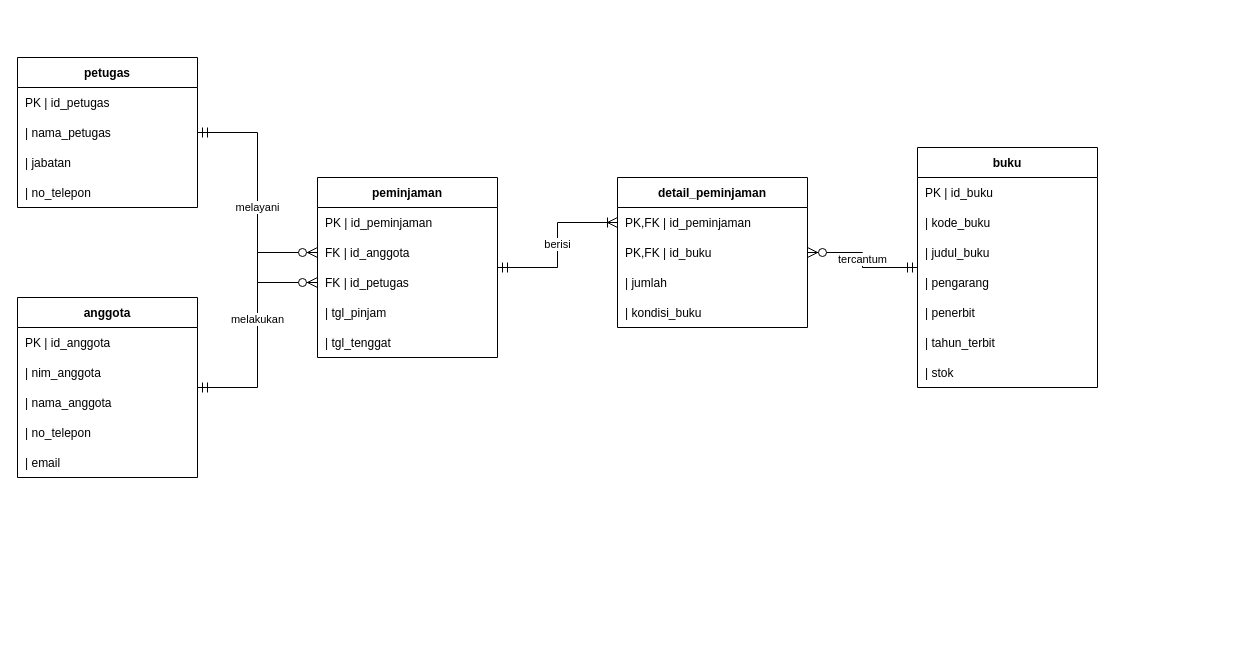
The draw.io diagram p03_erd_25430113.drawio in gustyantamatiyadie837-tech/basisdata-25430113, before the edit. Source tidied: cells renumbered, new cells numbered last; positions are measured from the earlier drawing's top-left corner, leaving out a move shared by most shapes. Both pictures are drawn from the tidied source at 100%, with x=0, y=0 at pixel (17, 57).
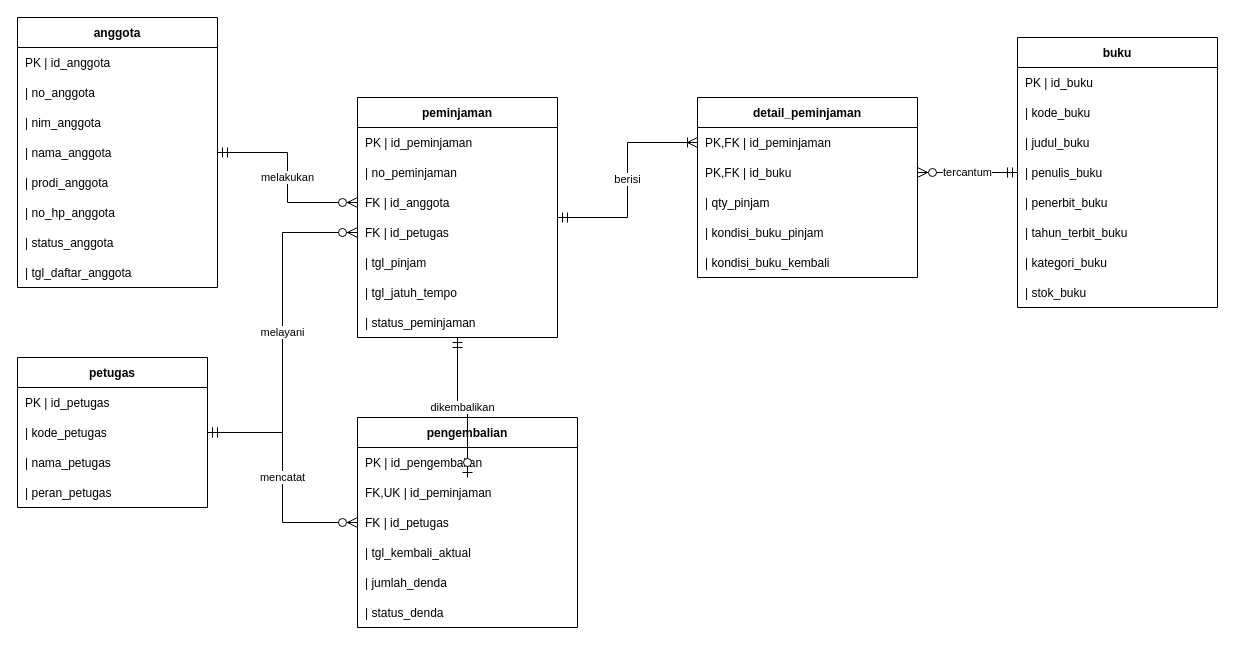
The same diagram, later.

Commit message (it also covers changes not shown here):
Perbaiki modul 2-4: skema perpustakaan dan ERD

Diff of the diagram source:
```diff
@@
     <mxCell id="2" value="petugas" style="shape=table;startSize=30;childLayout=tableLayout;rowLines=1;fontStyle=1;align=center;" parent="1" vertex="1">
-      <mxGeometry width="180" height="150" as="geometry" />
+      <mxGeometry y="300" width="190" height="150" as="geometry" />
     </mxCell>
     <mxCell id="3" value="PK | id_petugas" style="shape=partialRectangle;fillColor=none;strokeColor=inherit;top=0;left=0;bottom=0;right=0;align=left;spacingLeft=6;" parent="2" vertex="1">
-      <mxGeometry y="30" width="180" height="30" as="geometry" />
+      <mxGeometry y="30" width="190" height="30" as="geometry" />
     </mxCell>
-    <mxCell id="4" value="     | nama_petugas" style="shape=partialRectangle;fillColor=none;strokeColor=inherit;top=0;left=0;bottom=0;right=0;align=left;spacingLeft=6;" parent="2" vertex="1">
-      <mxGeometry y="60" width="180" height="30" as="geometry" />
+    <mxCell id="4" value="     | kode_petugas" style="shape=partialRectangle;fillColor=none;strokeColor=inherit;top=0;left=0;bottom=0;right=0;align=left;spacingLeft=6;" parent="2" vertex="1">
+      <mxGeometry y="60" width="190" height="30" as="geometry" />
     </mxCell>
-    <mxCell id="5" value="     | jabatan" style="shape=partialRectangle;fillColor=none;strokeColor=inherit;top=0;left=0;bottom=0;right=0;align=left;spacingLeft=6;" parent="2" vertex="1">
-      <mxGeometry y="90" width="180" height="30" as="geometry" />
+    <mxCell id="5" value="     | nama_petugas" style="shape=partialRectangle;fillColor=none;strokeColor=inherit;top=0;left=0;bottom=0;right=0;align=left;spacingLeft=6;" parent="2" vertex="1">
+      <mxGeometry y="90" width="190" height="30" as="geometry" />
     </mxCell>
-    <mxCell id="6" value="     | no_telepon" style="shape=partialRectangle;fillColor=none;strokeColor=inherit;top=0;left=0;bottom=0;right=0;align=left;spacingLeft=6;" parent="2" vertex="1">
-      <mxGeometry y="120" width="180" height="30" as="geometry" />
+    <mxCell id="6" value="     | peran_petugas" style="shape=partialRectangle;fillColor=none;strokeColor=inherit;top=0;left=0;bottom=0;right=0;align=left;spacingLeft=6;" parent="2" vertex="1">
+      <mxGeometry y="120" width="190" height="30" as="geometry" />
     </mxCell>
     <mxCell id="7" value="anggota" style="shape=table;startSize=30;childLayout=tableLayout;rowLines=1;fontStyle=1;align=center;" parent="1" vertex="1">
-      <mxGeometry y="240" width="180" height="180" as="geometry" />
+      <mxGeometry y="-40" width="200" height="270" as="geometry" />
     </mxCell>
     <mxCell id="8" value="PK | id_anggota" style="shape=partialRectangle;fillColor=none;strokeColor=inherit;top=0;left=0;bottom=0;right=0;align=left;spacingLeft=6;" parent="7" vertex="1">
-      <mxGeometry y="30" width="180" height="30" as="geometry" />
+      <mxGeometry y="30" width="200" height="30" as="geometry" />
     </mxCell>
-    <mxCell id="9" value="     | nim_anggota" style="shape=partialRectangle;fillColor=none;strokeColor=inherit;top=0;left=0;bottom=0;right=0;align=left;spacingLeft=6;" parent="7" vertex="1">
-      <mxGeometry y="60" width="180" height="30" as="geometry" />
+    <mxCell id="9" value="     | no_anggota" style="shape=partialRectangle;fillColor=none;strokeColor=inherit;top=0;left=0;bottom=0;right=0;align=left;spacingLeft=6;" parent="7" vertex="1">
+      <mxGeometry y="60" width="200" height="30" as="geometry" />
     </mxCell>
-    <mxCell id="10" value="     | nama_anggota" style="shape=partialRectangle;fillColor=none;strokeColor=inherit;top=0;left=0;bottom=0;right=0;align=left;spacingLeft=6;" parent="7" vertex="1">
-      <mxGeometry y="90" width="180" height="30" as="geometry" />
+    <mxCell id="10" value="     | nim_anggota" style="shape=partialRectangle;fillColor=none;strokeColor=inherit;top=0;left=0;bottom=0;right=0;align=left;spacingLeft=6;" parent="7" vertex="1">
+      <mxGeometry y="90" width="200" height="30" as="geometry" />
     </mxCell>
-    <mxCell id="11" value="     | no_telepon" style="shape=partialRectangle;fillColor=none;strokeColor=inherit;top=0;left=0;bottom=0;right=0;align=left;spacingLeft=6;" parent="7" vertex="1">
-      <mxGeometry y="120" width="180" height="30" as="geometry" />
+    <mxCell id="11" value="     | nama_anggota" style="shape=partialRectangle;fillColor=none;strokeColor=inherit;top=0;left=0;bottom=0;right=0;align=left;spacingLeft=6;" parent="7" vertex="1">
+      <mxGeometry y="120" width="200" height="30" as="geometry" />
     </mxCell>
-    <mxCell id="12" value="     | email" style="shape=partialRectangle;fillColor=none;strokeColor=inherit;top=0;left=0;bottom=0;right=0;align=left;spacingLeft=6;" parent="7" vertex="1">
-      <mxGeometry y="150" width="180" height="30" as="geometry" />
+    <mxCell id="12" value="     | prodi_anggota" style="shape=partialRectangle;fillColor=none;strokeColor=inherit;top=0;left=0;bottom=0;right=0;align=left;spacingLeft=6;" parent="7" vertex="1">
+      <mxGeometry y="150" width="200" height="30" as="geometry" />
     </mxCell>
+    <mxCell id="36" value="     | no_hp_anggota" style="shape=partialRectangle;fillColor=none;strokeColor=inherit;top=0;left=0;bottom=0;right=0;align=left;spacingLeft=6;" parent="7" vertex="1">
+      <mxGeometry y="180" width="200" height="30" as="geometry" />
+    </mxCell>
+    <mxCell id="37" value="     | status_anggota" style="shape=partialRectangle;fillColor=none;strokeColor=inherit;top=0;left=0;bottom=0;right=0;align=left;spacingLeft=6;" parent="7" vertex="1">
+      <mxGeometry y="210" width="200" height="30" as="geometry" />
+    </mxCell>
+    <mxCell id="38" value="     | tgl_daftar_anggota" style="shape=partialRectangle;fillColor=none;strokeColor=inherit;top=0;left=0;bottom=0;right=0;align=left;spacingLeft=6;" parent="7" vertex="1">
+      <mxGeometry y="240" width="200" height="30" as="geometry" />
+    </mxCell>
     <mxCell id="13" value="peminjaman" style="shape=table;startSize=30;childLayout=tableLayout;rowLines=1;fontStyle=1;align=center;" parent="1" vertex="1">
-      <mxGeometry x="300" y="120" width="180" height="180" as="geometry" />
+      <mxGeometry x="340" y="40" width="200" height="240" as="geometry" />
     </mxCell>
     <mxCell id="14" value="PK | id_peminjaman" style="shape=partialRectangle;fillColor=none;strokeColor=inherit;top=0;left=0;bottom=0;right=0;align=left;spacingLeft=6;" parent="13" vertex="1">
-      <mxGeometry y="30" width="180" height="30" as="geometry" />
+      <mxGeometry y="30" width="200" height="30" as="geometry" />
     </mxCell>
-    <mxCell id="15" value="FK | id_anggota" style="shape=partialRectangle;fillColor=none;points=[];strokeColor=inherit;top=0;left=0;bottom=0;right=0;align=left;spacingLeft=6;" parent="13" vertex="1">
-      <mxGeometry y="60" width="180" height="30" as="geometry" />
+    <mxCell id="15" value="     | no_peminjaman" style="shape=partialRectangle;fillColor=none;points=[];strokeColor=inherit;top=0;left=0;bottom=0;right=0;align=left;spacingLeft=6;" parent="13" vertex="1">
+      <mxGeometry y="60" width="200" height="30" as="geometry" />
     </mxCell>
-    <mxCell id="16" value="FK | id_petugas" style="shape=partialRectangle;fillColor=none;points=[];strokeColor=inherit;top=0;left=0;bottom=0;right=0;align=left;spacingLeft=6;" parent="13" vertex="1">
-      <mxGeometry y="90" width="180" height="30" as="geometry" />
+    <mxCell id="16" value="FK | id_anggota" style="shape=partialRectangle;fillColor=none;points=[];strokeColor=inherit;top=0;left=0;bottom=0;right=0;align=left;spacingLeft=6;" parent="13" vertex="1">
+      <mxGeometry y="90" width="200" height="30" as="geometry" />
     </mxCell>
-    <mxCell id="17" value="     | tgl_pinjam" style="shape=partialRectangle;fillColor=none;points=[];strokeColor=inherit;top=0;left=0;bottom=0;right=0;align=left;spacingLeft=6;" parent="13" vertex="1">
-      <mxGeometry y="120" width="180" height="30" as="geometry" />
+    <mxCell id="17" value="FK | id_petugas" style="shape=partialRectangle;fillColor=none;points=[];strokeColor=inherit;top=0;left=0;bottom=0;right=0;align=left;spacingLeft=6;" parent="13" vertex="1">
+      <mxGeometry y="120" width="200" height="30" as="geometry" />
     </mxCell>
-    <mxCell id="18" value="     | tgl_tenggat" style="shape=partialRectangle;fillColor=none;strokeColor=inherit;top=0;left=0;bottom=0;right=0;align=left;spacingLeft=6;" parent="13" vertex="1">
-      <mxGeometry y="150" width="180" height="30" as="geometry" />
+    <mxCell id="18" value="     | tgl_pinjam" style="shape=partialRectangle;fillColor=none;strokeColor=inherit;top=0;left=0;bottom=0;right=0;align=left;spacingLeft=6;" parent="13" vertex="1">
+      <mxGeometry y="150" width="200" height="30" as="geometry" />
     </mxCell>
+    <mxCell id="39" value="     | tgl_jatuh_tempo" style="shape=partialRectangle;fillColor=none;strokeColor=inherit;top=0;left=0;bottom=0;right=0;align=left;spacingLeft=6;" parent="13" vertex="1">
+      <mxGeometry y="180" width="200" height="30" as="geometry" />
+    </mxCell>
+    <mxCell id="40" value="     | status_peminjaman" style="shape=partialRectangle;fillColor=none;strokeColor=inherit;top=0;left=0;bottom=0;right=0;align=left;spacingLeft=6;" parent="13" vertex="1">
+      <mxGeometry y="210" width="200" height="30" as="geometry" />
+    </mxCell>
     <mxCell id="19" value="detail_peminjaman" style="shape=table;startSize=30;childLayout=tableLayout;rowLines=1;fontStyle=1;align=center;" parent="1" vertex="1">
-      <mxGeometry x="600" y="120" width="190" height="150" as="geometry" />
+      <mxGeometry x="680" y="40" width="220" height="180" as="geometry" />
     </mxCell>
     <mxCell id="20" value="PK,FK | id_peminjaman" style="shape=partialRectangle;fillColor=none;points=[];strokeColor=inherit;top=0;left=0;bottom=0;right=0;align=left;spacingLeft=6;" parent="19" vertex="1">
-      <mxGeometry y="30" width="190" height="30" as="geometry" />
+      <mxGeometry y="30" width="220" height="30" as="geometry" />
     </mxCell>
     <mxCell id="21" value="PK,FK | id_buku" style="shape=partialRectangle;fillColor=none;points=[];strokeColor=inherit;top=0;left=0;bottom=0;right=0;align=left;spacingLeft=6;" parent="19" vertex="1">
-      <mxGeometry y="60" width="190" height="30" as="geometry" />
+      <mxGeometry y="60" width="220" height="30" as="geometry" />
     </mxCell>
-    <mxCell id="22" value="         | jumlah" style="shape=partialRectangle;fillColor=none;strokeColor=inherit;top=0;left=0;bottom=0;right=0;align=left;spacingLeft=6;" parent="19" vertex="1">
-      <mxGeometry y="90" width="190" height="30" as="geometry" />
+    <mxCell id="22" value="     | qty_pinjam" style="shape=partialRectangle;fillColor=none;strokeColor=inherit;top=0;left=0;bottom=0;right=0;align=left;spacingLeft=6;" parent="19" vertex="1">
+      <mxGeometry y="90" width="220" height="30" as="geometry" />
     </mxCell>
-    <mxCell id="23" value="         | kondisi_buku" style="shape=partialRectangle;fillColor=none;strokeColor=inherit;top=0;left=0;bottom=0;right=0;align=left;spacingLeft=6;" parent="19" vertex="1">
-      <mxGeometry y="120" width="190" height="30" as="geometry" />
+    <mxCell id="23" value="     | kondisi_buku_pinjam" style="shape=partialRectangle;fillColor=none;strokeColor=inherit;top=0;left=0;bottom=0;right=0;align=left;spacingLeft=6;" parent="19" vertex="1">
+      <mxGeometry y="120" width="220" height="30" as="geometry" />
     </mxCell>
+    <mxCell id="41" value="     | kondisi_buku_kembali" style="shape=partialRectangle;fillColor=none;strokeColor=inherit;top=0;left=0;bottom=0;right=0;align=left;spacingLeft=6;" parent="19" vertex="1">
+      <mxGeometry y="150" width="220" height="30" as="geometry" />
+    </mxCell>
     <mxCell id="24" value="buku" style="shape=table;startSize=30;childLayout=tableLayout;rowLines=1;fontStyle=1;align=center;" parent="1" vertex="1">
-      <mxGeometry x="900" y="90" width="180" height="240" as="geometry" />
+      <mxGeometry x="1000" y="-20" width="200" height="270" as="geometry" />
     </mxCell>
     <mxCell id="25" value="PK | id_buku" style="shape=partialRectangle;fillColor=none;strokeColor=inherit;top=0;left=0;bottom=0;right=0;align=left;spacingLeft=6;" parent="24" vertex="1">
-      <mxGeometry y="30" width="180" height="30" as="geometry" />
+      <mxGeometry y="30" width="200" height="30" as="geometry" />
     </mxCell>
     <mxCell id="26" value="     | kode_buku" style="shape=partialRectangle;fillColor=none;strokeColor=inherit;top=0;left=0;bottom=0;right=0;align=left;spacingLeft=6;" parent="24" vertex="1">
-      <mxGeometry y="60" width="180" height="30" as="geometry" />
+      <mxGeometry y="60" width="200" height="30" as="geometry" />
     </mxCell>
     <mxCell id="27" value="     | judul_buku" style="shape=partialRectangle;fillColor=none;strokeColor=inherit;top=0;left=0;bottom=0;right=0;align=left;spacingLeft=6;" parent="24" vertex="1">
-      <mxGeometry y="90" width="180" height="30" as="geometry" />
+      <mxGeometry y="90" width="200" height="30" as="geometry" />
     </mxCell>
-    <mxCell id="28" value="     | pengarang" style="shape=partialRectangle;fillColor=none;strokeColor=inherit;top=0;left=0;bottom=0;right=0;align=left;spacingLeft=6;" parent="24" vertex="1">
-      <mxGeometry y="120" width="180" height="30" as="geometry" />
+    <mxCell id="28" value="     | penulis_buku" style="shape=partialRectangle;fillColor=none;strokeColor=inherit;top=0;left=0;bottom=0;right=0;align=left;spacingLeft=6;" parent="24" vertex="1">
+      <mxGeometry y="120" width="200" height="30" as="geometry" />
     </mxCell>
-    <mxCell id="29" value="     | penerbit" style="shape=partialRectangle;fillColor=none;strokeColor=inherit;top=0;left=0;bottom=0;right=0;align=left;spacingLeft=6;" parent="24" vertex="1">
-      <mxGeometry y="150" width="180" height="30" as="geometry" />
+    <mxCell id="29" value="     | penerbit_buku" style="shape=partialRectangle;fillColor=none;strokeColor=inherit;top=0;left=0;bottom=0;right=0;align=left;spacingLeft=6;" parent="24" vertex="1">
+      <mxGeometry y="150" width="200" height="30" as="geometry" />
     </mxCell>
-    <mxCell id="30" value="     | tahun_terbit" style="shape=partialRectangle;fillColor=none;strokeColor=inherit;top=0;left=0;bottom=0;right=0;align=left;spacingLeft=6;" parent="24" vertex="1">
-      <mxGeometry y="180" width="180" height="30" as="geometry" />
+    <mxCell id="30" value="     | tahun_terbit_buku" style="shape=partialRectangle;fillColor=none;strokeColor=inherit;top=0;left=0;bottom=0;right=0;align=left;spacingLeft=6;" parent="24" vertex="1">
+      <mxGeometry y="180" width="200" height="30" as="geometry" />
     </mxCell>
-    <mxCell id="31" value="     | stok" style="shape=partialRectangle;fillColor=none;strokeColor=inherit;top=0;left=0;bottom=0;right=0;align=left;spacingLeft=6;" parent="24" vertex="1">
-      <mxGeometry y="210" width="180" height="30" as="geometry" />
+    <mxCell id="31" value="     | kategori_buku" style="shape=partialRectangle;fillColor=none;strokeColor=inherit;top=0;left=0;bottom=0;right=0;align=left;spacingLeft=6;" parent="24" vertex="1">
+      <mxGeometry y="210" width="200" height="30" as="geometry" />
     </mxCell>
+    <mxCell id="42" value="     | stok_buku" style="shape=partialRectangle;fillColor=none;strokeColor=inherit;top=0;left=0;bottom=0;right=0;align=left;spacingLeft=6;" parent="24" vertex="1">
+      <mxGeometry y="240" width="200" height="30" as="geometry" />
+    </mxCell>
+    <mxCell id="43" value="pengembalian" style="shape=table;startSize=30;childLayout=tableLayout;rowLines=1;fontStyle=1;align=center;" parent="1" vertex="1">
+      <mxGeometry x="340" y="360" width="220" height="210" as="geometry" />
+    </mxCell>
+    <mxCell id="44" value="PK | id_pengembalian" style="shape=partialRectangle;fillColor=none;strokeColor=inherit;top=0;left=0;bottom=0;right=0;align=left;spacingLeft=6;" parent="43" vertex="1">
+      <mxGeometry y="30" width="220" height="30" as="geometry" />
+    </mxCell>
+    <mxCell id="45" value="FK,UK | id_peminjaman" style="shape=partialRectangle;fillColor=none;points=[];strokeColor=inherit;top=0;left=0;bottom=0;right=0;align=left;spacingLeft=6;" parent="43" vertex="1">
+      <mxGeometry y="60" width="220" height="30" as="geometry" />
+    </mxCell>
+    <mxCell id="46" value="FK | id_petugas" style="shape=partialRectangle;fillColor=none;points=[];strokeColor=inherit;top=0;left=0;bottom=0;right=0;align=left;spacingLeft=6;" parent="43" vertex="1">
+      <mxGeometry y="90" width="220" height="30" as="geometry" />
+    </mxCell>
+    <mxCell id="47" value="     | tgl_kembali_aktual" style="shape=partialRectangle;fillColor=none;strokeColor=inherit;top=0;left=0;bottom=0;right=0;align=left;spacingLeft=6;" parent="43" vertex="1">
+      <mxGeometry y="120" width="220" height="30" as="geometry" />
+    </mxCell>
+    <mxCell id="48" value="     | jumlah_denda" style="shape=partialRectangle;fillColor=none;strokeColor=inherit;top=0;left=0;bottom=0;right=0;align=left;spacingLeft=6;" parent="43" vertex="1">
+      <mxGeometry y="150" width="220" height="30" as="geometry" />
+    </mxCell>
+    <mxCell id="49" value="     | status_denda" style="shape=partialRectangle;fillColor=none;strokeColor=inherit;top=0;left=0;bottom=0;right=0;align=left;spacingLeft=6;" parent="43" vertex="1">
+      <mxGeometry y="180" width="220" height="30" as="geometry" />
+    </mxCell>
-    <mxCell id="32" value="melayani" style="edgeStyle=orthogonalEdgeStyle;rounded=0;html=1;startArrow=ERmandOne;startSize=8;endArrow=ERzeroToMany;endSize=8;entryX=0;entryY=0.5;entryDx=0;entryDy=0;exitX=1;exitY=0.5;exitDx=0;exitDy=0;" parent="1" edge="1" source="2" target="16">
+    <mxCell id="32" value="melayani" style="edgeStyle=orthogonalEdgeStyle;rounded=0;html=1;startArrow=ERmandOne;startSize=8;endArrow=ERzeroToMany;endSize=8;entryX=0;entryY=0.5;entryDx=0;entryDy=0;exitX=1;exitY=0.5;exitDx=0;exitDy=0;" parent="1" edge="1" source="2" target="17">
       <mxGeometry relative="1" as="geometry" />
     </mxCell>
-    <mxCell id="33" value="melakukan" style="edgeStyle=orthogonalEdgeStyle;rounded=0;html=1;startArrow=ERmandOne;startSize=8;endArrow=ERzeroToMany;endSize=8;entryX=0;entryY=0.5;entryDx=0;entryDy=0;exitX=1;exitY=0.5;exitDx=0;exitDy=0;" parent="1" edge="1" source="7" target="15">
+    <mxCell id="33" value="melakukan" style="edgeStyle=orthogonalEdgeStyle;rounded=0;html=1;startArrow=ERmandOne;startSize=8;endArrow=ERzeroToMany;endSize=8;entryX=0;entryY=0.5;entryDx=0;entryDy=0;exitX=1;exitY=0.5;exitDx=0;exitDy=0;" parent="1" edge="1" source="7" target="16">
       <mxGeometry relative="1" as="geometry" />
     </mxCell>
@@
+    <mxCell id="50" value="dikembalikan" style="edgeStyle=orthogonalEdgeStyle;rounded=0;html=1;startArrow=ERmandOne;startSize=8;endArrow=ERzeroToOne;endSize=8;entryX=0.5;entryY=0;entryDx=0;entryDy=0;exitX=0.5;exitY=1;exitDx=0;exitDy=0;" parent="1" edge="1" source="13" target="45">
+      <mxGeometry relative="1" as="geometry" />
+    </mxCell>
+    <mxCell id="51" value="mencatat" style="edgeStyle=orthogonalEdgeStyle;rounded=0;html=1;startArrow=ERmandOne;startSize=8;endArrow=ERzeroToMany;endSize=8;entryX=0;entryY=0.5;entryDx=0;entryDy=0;exitX=1;exitY=0.5;exitDx=0;exitDy=0;" parent="1" edge="1" source="2" target="46">
+      <mxGeometry relative="1" as="geometry" />
+    </mxCell>
```
